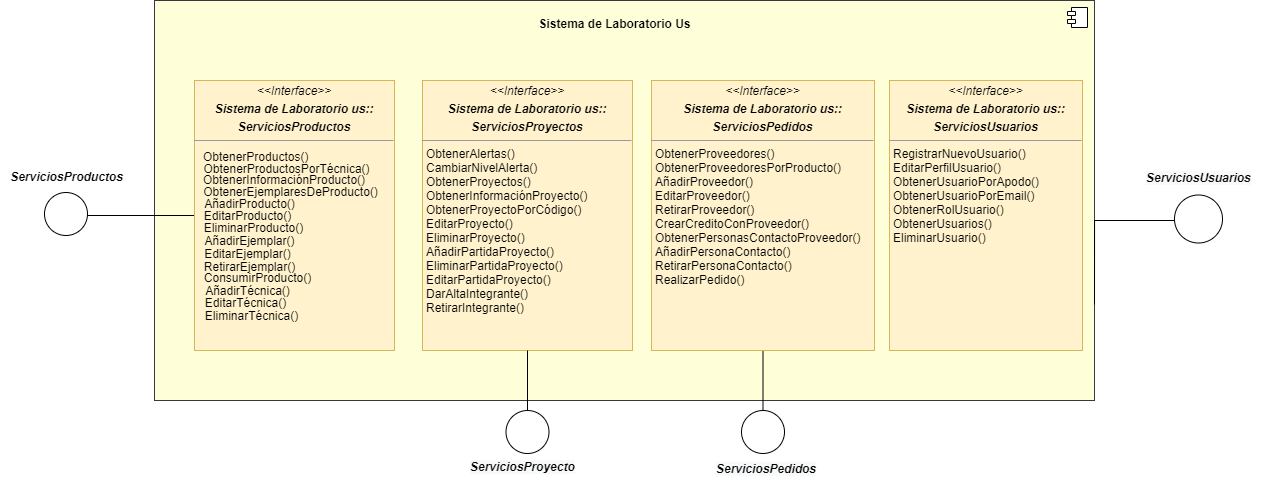
Above: Documento 2/6. Interfaz de servicios del sistema/6.1 Diagramas de la interfaz de servicios del sistema/DiagramaInterfazServiciosSistema.png in Franbr31/IR-project (draw.io), before the change. Source tidied: cells renumbered, new cells last; positions are measured from the earlier drawing's top-left corner, leaving out a move shared by most shapes.
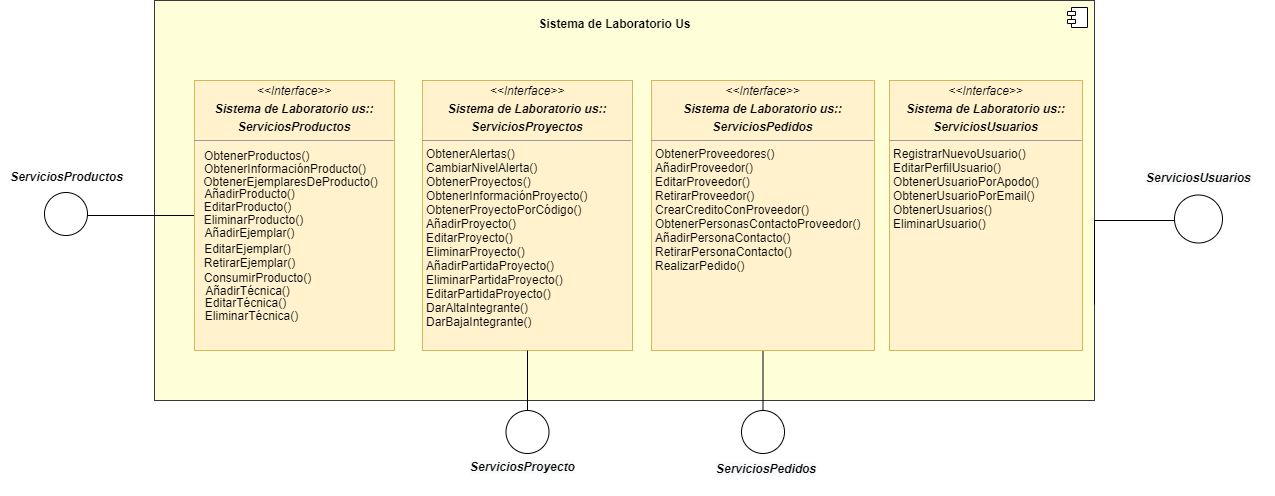
Above is the later version.

Commit message:
6.1 Diagramas Interfaz Servicios v2

What changed in the source:
```diff
@@ -21,7 +21,7 @@
     <mxCell id="6" value="&lt;p style=&quot;margin: 0px ; margin-top: 4px ; text-align: center&quot;&gt;&lt;i&gt;&amp;lt;&amp;lt;Interface&amp;gt;&amp;gt;&lt;/i&gt;&lt;/p&gt;&lt;p style=&quot;margin: 0px ; margin-top: 4px ; text-align: center&quot;&gt;&lt;b&gt;&lt;i&gt;Sistema de Laboratorio us::&lt;/i&gt;&lt;/b&gt;&lt;/p&gt;&lt;p style=&quot;margin: 0px ; margin-top: 4px ; text-align: center&quot;&gt;&lt;b&gt;&lt;i&gt;ServiciosProductos&lt;/i&gt;&lt;/b&gt;&lt;/p&gt;&lt;hr size=&quot;1&quot;&gt;&lt;p style=&quot;margin: 0px ; margin-left: 4px&quot;&gt;&lt;/p&gt;&lt;p style=&quot;margin: 0px ; margin-left: 4px&quot;&gt;&lt;br&gt;&lt;/p&gt;" style="verticalAlign=top;align=left;overflow=fill;fontSize=12;fontFamily=Helvetica;html=1;fillColor=#fff2cc;strokeColor=#d6b656;" parent="1" vertex="1">
       <mxGeometry x="194" y="80" width="200" height="270" as="geometry" />
     </mxCell>
-    <mxCell id="7" value="&lt;p style=&quot;margin: 0px ; margin-top: 4px ; text-align: center&quot;&gt;&lt;i&gt;&amp;lt;&amp;lt;Interface&amp;gt;&amp;gt;&lt;/i&gt;&lt;br&gt;&lt;/p&gt;&lt;p style=&quot;margin: 4px 0px 0px ; text-align: center&quot;&gt;&lt;b&gt;&lt;i&gt;Sistema de Laboratorio us::&lt;/i&gt;&lt;/b&gt;&lt;/p&gt;&lt;p style=&quot;margin: 4px 0px 0px ; text-align: center&quot;&gt;&lt;b&gt;&lt;i&gt;ServiciosProyectos&lt;/i&gt;&lt;/b&gt;&lt;/p&gt;&lt;hr size=&quot;1&quot;&gt;&lt;p style=&quot;margin: 0px ; margin-left: 4px&quot;&gt;ObtenerAlertas()&lt;br&gt;CambiarNivelAlerta()&lt;/p&gt;&lt;p style=&quot;margin: 0px ; margin-left: 4px&quot;&gt;ObtenerProyectos()&lt;/p&gt;&lt;p style=&quot;margin: 0px ; margin-left: 4px&quot;&gt;ObtenerInformaciónProyecto()&lt;/p&gt;&lt;p style=&quot;margin: 0px ; margin-left: 4px&quot;&gt;ObtenerProyectoPorCódigo()&lt;/p&gt;&lt;p style=&quot;margin: 0px ; margin-left: 4px&quot;&gt;EditarProyecto()&lt;/p&gt;&lt;p style=&quot;margin: 0px ; margin-left: 4px&quot;&gt;EliminarProyecto()&lt;/p&gt;&lt;p style=&quot;margin: 0px ; margin-left: 4px&quot;&gt;AñadirPartidaProyecto()&lt;/p&gt;&lt;p style=&quot;margin: 0px ; margin-left: 4px&quot;&gt;EliminarPartidaProyecto()&lt;/p&gt;&lt;p style=&quot;margin: 0px ; margin-left: 4px&quot;&gt;EditarPartidaProyecto()&lt;/p&gt;&lt;p style=&quot;margin: 0px ; margin-left: 4px&quot;&gt;DarAltaIntegrante()&lt;/p&gt;&lt;p style=&quot;margin: 0px ; margin-left: 4px&quot;&gt;RetirarIntegrante()&lt;/p&gt;" style="verticalAlign=top;align=left;overflow=fill;fontSize=12;fontFamily=Helvetica;html=1;fillColor=#fff2cc;strokeColor=#d6b656;" parent="1" vertex="1">
+    <mxCell id="7" value="&lt;p style=&quot;margin: 0px ; margin-top: 4px ; text-align: center&quot;&gt;&lt;i&gt;&amp;lt;&amp;lt;Interface&amp;gt;&amp;gt;&lt;/i&gt;&lt;br&gt;&lt;/p&gt;&lt;p style=&quot;margin: 4px 0px 0px ; text-align: center&quot;&gt;&lt;b&gt;&lt;i&gt;Sistema de Laboratorio us::&lt;/i&gt;&lt;/b&gt;&lt;/p&gt;&lt;p style=&quot;margin: 4px 0px 0px ; text-align: center&quot;&gt;&lt;b&gt;&lt;i&gt;ServiciosProyectos&lt;/i&gt;&lt;/b&gt;&lt;/p&gt;&lt;hr size=&quot;1&quot;&gt;&lt;p style=&quot;margin: 0px ; margin-left: 4px&quot;&gt;ObtenerAlertas()&lt;br&gt;CambiarNivelAlerta()&lt;/p&gt;&lt;p style=&quot;margin: 0px ; margin-left: 4px&quot;&gt;ObtenerProyectos()&lt;/p&gt;&lt;p style=&quot;margin: 0px ; margin-left: 4px&quot;&gt;ObtenerInformaciónProyecto()&lt;/p&gt;&lt;p style=&quot;margin: 0px ; margin-left: 4px&quot;&gt;ObtenerProyectoPorCódigo()&lt;/p&gt;&lt;p style=&quot;margin: 0px ; margin-left: 4px&quot;&gt;AñadirProyecto()&lt;/p&gt;&lt;p style=&quot;margin: 0px ; margin-left: 4px&quot;&gt;EditarProyecto()&lt;/p&gt;&lt;p style=&quot;margin: 0px ; margin-left: 4px&quot;&gt;EliminarProyecto()&lt;/p&gt;&lt;p style=&quot;margin: 0px ; margin-left: 4px&quot;&gt;AñadirPartidaProyecto()&lt;/p&gt;&lt;p style=&quot;margin: 0px ; margin-left: 4px&quot;&gt;EliminarPartidaProyecto()&lt;/p&gt;&lt;p style=&quot;margin: 0px ; margin-left: 4px&quot;&gt;EditarPartidaProyecto()&lt;/p&gt;&lt;p style=&quot;margin: 0px ; margin-left: 4px&quot;&gt;DarAltaIntegrante()&lt;/p&gt;&lt;p style=&quot;margin: 0px ; margin-left: 4px&quot;&gt;DarBajaIntegrante()&lt;/p&gt;" style="verticalAlign=top;align=left;overflow=fill;fontSize=12;fontFamily=Helvetica;html=1;fillColor=#fff2cc;strokeColor=#d6b656;" parent="1" vertex="1">
       <mxGeometry x="422" y="80" width="210" height="270" as="geometry" />
     </mxCell>
     <mxCell id="8" style="edgeStyle=orthogonalEdgeStyle;rounded=0;jettySize=auto;html=1;endArrow=none;endFill=0;entryX=0.5;entryY=0;entryDx=0;entryDy=0;" parent="1" edge="1" source="9">
@@ -29,7 +29,7 @@
         <mxPoint x="762.5" y="420" as="targetPoint" />
       </mxGeometry>
     </mxCell>
-    <mxCell id="9" value="&lt;p style=&quot;margin: 0px ; margin-top: 4px ; text-align: center&quot;&gt;&lt;i&gt;&amp;lt;&amp;lt;Interface&amp;gt;&amp;gt;&lt;/i&gt;&lt;/p&gt;&lt;p style=&quot;margin: 0px ; margin-top: 4px ; text-align: center&quot;&gt;&lt;b&gt;&lt;i&gt;Sistema de Laboratorio us::&lt;/i&gt;&lt;/b&gt;&lt;br&gt;&lt;/p&gt;&lt;p style=&quot;margin: 4px 0px 0px ; text-align: center&quot;&gt;&lt;b&gt;&lt;i&gt;ServiciosPedidos&lt;/i&gt;&lt;/b&gt;&lt;/p&gt;&lt;hr size=&quot;1&quot;&gt;&lt;p style=&quot;margin: 0px ; margin-left: 4px&quot;&gt;ObtenerProveedores()&lt;/p&gt;&lt;p style=&quot;margin: 0px ; margin-left: 4px&quot;&gt;ObtenerProveedoresPorProducto()&lt;/p&gt;&lt;p style=&quot;margin: 0px ; margin-left: 4px&quot;&gt;AñadirProveedor()&lt;/p&gt;&lt;p style=&quot;margin: 0px ; margin-left: 4px&quot;&gt;EditarProveedor()&lt;/p&gt;&lt;p style=&quot;margin: 0px ; margin-left: 4px&quot;&gt;RetirarProveedor()&lt;/p&gt;&lt;p style=&quot;margin: 0px ; margin-left: 4px&quot;&gt;CrearCreditoConProveedor()&lt;/p&gt;&lt;p style=&quot;margin: 0px ; margin-left: 4px&quot;&gt;ObtenerPersonasContactoProveedor()&lt;/p&gt;&lt;p style=&quot;margin: 0px ; margin-left: 4px&quot;&gt;AñadirPersonaContacto()&lt;/p&gt;&lt;p style=&quot;margin: 0px ; margin-left: 4px&quot;&gt;RetirarPersonaContacto()&lt;/p&gt;&lt;p style=&quot;margin: 0px ; margin-left: 4px&quot;&gt;RealizarPedido()&lt;/p&gt;&lt;p style=&quot;margin: 0px ; margin-left: 4px&quot;&gt;&lt;br&gt;&lt;/p&gt;" style="verticalAlign=top;align=left;overflow=fill;fontSize=12;fontFamily=Helvetica;html=1;fillColor=#fff2cc;strokeColor=#d6b656;" parent="1" vertex="1">
+    <mxCell id="9" value="&lt;p style=&quot;margin: 0px ; margin-top: 4px ; text-align: center&quot;&gt;&lt;i&gt;&amp;lt;&amp;lt;Interface&amp;gt;&amp;gt;&lt;/i&gt;&lt;/p&gt;&lt;p style=&quot;margin: 0px ; margin-top: 4px ; text-align: center&quot;&gt;&lt;b&gt;&lt;i&gt;Sistema de Laboratorio us::&lt;/i&gt;&lt;/b&gt;&lt;br&gt;&lt;/p&gt;&lt;p style=&quot;margin: 4px 0px 0px ; text-align: center&quot;&gt;&lt;b&gt;&lt;i&gt;ServiciosPedidos&lt;/i&gt;&lt;/b&gt;&lt;/p&gt;&lt;hr size=&quot;1&quot;&gt;&lt;p style=&quot;margin: 0px ; margin-left: 4px&quot;&gt;ObtenerProveedores()&lt;/p&gt;&lt;p style=&quot;margin: 0px ; margin-left: 4px&quot;&gt;AñadirProveedor()&lt;/p&gt;&lt;p style=&quot;margin: 0px ; margin-left: 4px&quot;&gt;EditarProveedor()&lt;/p&gt;&lt;p style=&quot;margin: 0px ; margin-left: 4px&quot;&gt;RetirarProveedor()&lt;/p&gt;&lt;p style=&quot;margin: 0px ; margin-left: 4px&quot;&gt;CrearCreditoConProveedor()&lt;/p&gt;&lt;p style=&quot;margin: 0px ; margin-left: 4px&quot;&gt;ObtenerPersonasContactoProveedor()&lt;/p&gt;&lt;p style=&quot;margin: 0px ; margin-left: 4px&quot;&gt;AñadirPersonaContacto()&lt;/p&gt;&lt;p style=&quot;margin: 0px ; margin-left: 4px&quot;&gt;RetirarPersonaContacto()&lt;/p&gt;&lt;p style=&quot;margin: 0px ; margin-left: 4px&quot;&gt;RealizarPedido()&lt;/p&gt;&lt;p style=&quot;margin: 0px ; margin-left: 4px&quot;&gt;&lt;br&gt;&lt;/p&gt;" style="verticalAlign=top;align=left;overflow=fill;fontSize=12;fontFamily=Helvetica;html=1;fillColor=#fff2cc;strokeColor=#d6b656;" parent="1" vertex="1">
       <mxGeometry x="651" y="80" width="223" height="270" as="geometry" />
     </mxCell>
     <mxCell id="10" style="edgeStyle=orthogonalEdgeStyle;rounded=0;orthogonalLoop=1;jettySize=auto;html=1;endArrow=none;endFill=0;entryX=0;entryY=0.5;entryDx=0;entryDy=0;" parent="1" edge="1">
@@ -42,38 +42,35 @@
         </Array>
       </mxGeometry>
     </mxCell>
-    <mxCell id="11" value="&lt;p style=&quot;margin: 0px ; margin-top: 4px ; text-align: center&quot;&gt;&lt;i&gt;&amp;lt;&amp;lt;Interface&amp;gt;&amp;gt;&lt;/i&gt;&lt;br&gt;&lt;/p&gt;&lt;p style=&quot;margin: 4px 0px 0px ; text-align: center&quot;&gt;&lt;b&gt;&lt;i&gt;Sistema de Laboratorio us::&lt;/i&gt;&lt;/b&gt;&lt;br&gt;&lt;/p&gt;&lt;p style=&quot;margin: 4px 0px 0px ; text-align: center&quot;&gt;&lt;b&gt;&lt;i&gt;ServiciosUsuarios&lt;/i&gt;&lt;/b&gt;&lt;/p&gt;&lt;hr size=&quot;1&quot;&gt;&lt;p style=&quot;margin: 0px ; margin-left: 4px&quot;&gt;RegistrarNuevoUsuario()&lt;/p&gt;&lt;p style=&quot;margin: 0px ; margin-left: 4px&quot;&gt;EditarPerfilUsuario()&lt;/p&gt;&lt;p style=&quot;margin: 0px ; margin-left: 4px&quot;&gt;ObtenerUsuarioPorApodo()&lt;/p&gt;&lt;p style=&quot;margin: 0px ; margin-left: 4px&quot;&gt;ObtenerUsuarioPorEmail()&lt;/p&gt;&lt;p style=&quot;margin: 0px ; margin-left: 4px&quot;&gt;ObtenerRolUsuario()&lt;/p&gt;&lt;p style=&quot;margin: 0px ; margin-left: 4px&quot;&gt;ObtenerUsuarios()&lt;/p&gt;&lt;p style=&quot;margin: 0px ; margin-left: 4px&quot;&gt;EliminarUsuario()&lt;/p&gt;&lt;p style=&quot;margin: 0px ; margin-left: 4px&quot;&gt;&lt;br&gt;&lt;/p&gt;" style="verticalAlign=top;align=left;overflow=fill;fontSize=12;fontFamily=Helvetica;html=1;fillColor=#fff2cc;strokeColor=#d6b656;" parent="1" vertex="1">
+    <mxCell id="11" value="&lt;p style=&quot;margin: 0px ; margin-top: 4px ; text-align: center&quot;&gt;&lt;i&gt;&amp;lt;&amp;lt;Interface&amp;gt;&amp;gt;&lt;/i&gt;&lt;br&gt;&lt;/p&gt;&lt;p style=&quot;margin: 4px 0px 0px ; text-align: center&quot;&gt;&lt;b&gt;&lt;i&gt;Sistema de Laboratorio us::&lt;/i&gt;&lt;/b&gt;&lt;br&gt;&lt;/p&gt;&lt;p style=&quot;margin: 4px 0px 0px ; text-align: center&quot;&gt;&lt;b&gt;&lt;i&gt;ServiciosUsuarios&lt;/i&gt;&lt;/b&gt;&lt;/p&gt;&lt;hr size=&quot;1&quot;&gt;&lt;p style=&quot;margin: 0px ; margin-left: 4px&quot;&gt;RegistrarNuevoUsuario()&lt;/p&gt;&lt;p style=&quot;margin: 0px ; margin-left: 4px&quot;&gt;EditarPerfilUsuario()&lt;/p&gt;&lt;p style=&quot;margin: 0px ; margin-left: 4px&quot;&gt;ObtenerUsuarioPorApodo()&lt;/p&gt;&lt;p style=&quot;margin: 0px ; margin-left: 4px&quot;&gt;ObtenerUsuarioPorEmail()&lt;/p&gt;&lt;p style=&quot;margin: 0px ; margin-left: 4px&quot;&gt;ObtenerUsuarios()&lt;/p&gt;&lt;p style=&quot;margin: 0px ; margin-left: 4px&quot;&gt;EliminarUsuario()&lt;/p&gt;&lt;p style=&quot;margin: 0px ; margin-left: 4px&quot;&gt;&lt;br&gt;&lt;/p&gt;" style="verticalAlign=top;align=left;overflow=fill;fontSize=12;fontFamily=Helvetica;html=1;fillColor=#fff2cc;strokeColor=#d6b656;" parent="1" vertex="1">
       <mxGeometry x="889" y="80" width="193" height="270" as="geometry" />
     </mxCell>
-    <mxCell id="12" value="ObtenerProductosPorTécnica()" style="text;html=1;align=center;verticalAlign=middle;" parent="1" vertex="1">
-      <mxGeometry x="196" y="158" width="180" height="20" as="geometry" />
-    </mxCell>
     <mxCell id="13" value="ObtenerInformaciónProducto()" style="text;strokeColor=none;fillColor=none;align=left;verticalAlign=top;spacingLeft=4;spacingRight=4;overflow=hidden;" parent="1" vertex="1">
-      <mxGeometry x="197" y="166" width="186" height="26" as="geometry" />
+      <mxGeometry x="198" y="155" width="186" height="26" as="geometry" />
     </mxCell>
     <mxCell id="14" value="ObtenerProductos()" style="text;strokeColor=none;fillColor=none;align=left;verticalAlign=top;spacingLeft=4;spacingRight=4;overflow=hidden;" parent="1" vertex="1">
-      <mxGeometry x="197" y="143" width="160" height="26" as="geometry" />
+      <mxGeometry x="198" y="142" width="160" height="26" as="geometry" />
     </mxCell>
     <mxCell id="15" value="ObtenerEjemplaresDeProducto()" style="text;html=1;align=center;verticalAlign=middle;" parent="1" vertex="1">
-      <mxGeometry x="195" y="181" width="190" height="20" as="geometry" />
+      <mxGeometry x="195" y="171" width="190" height="20" as="geometry" />
     </mxCell>
     <mxCell id="16" value="AñadirProducto()" style="text;html=1;align=center;verticalAlign=middle;" parent="1" vertex="1">
-      <mxGeometry x="194" y="193" width="110" height="20" as="geometry" />
+      <mxGeometry x="194" y="183" width="110" height="20" as="geometry" />
     </mxCell>
     <mxCell id="17" value="AñadirEjemplar()" style="text;html=1;align=center;verticalAlign=middle;" parent="1" vertex="1">
-      <mxGeometry x="194" y="230" width="110" height="20" as="geometry" />
+      <mxGeometry x="194" y="222" width="110" height="20" as="geometry" />
     </mxCell>
     <mxCell id="18" value="EditarEjemplar()" style="text;html=1;align=center;verticalAlign=middle;" parent="1" vertex="1">
-      <mxGeometry x="197" y="242.5" width="100" height="20" as="geometry" />
+      <mxGeometry x="197" y="237.5" width="100" height="20" as="geometry" />
     </mxCell>
     <mxCell id="19" value="RetirarEjemplar()" style="text;html=1;align=center;verticalAlign=middle;" parent="1" vertex="1">
-      <mxGeometry x="194" y="255.5" width="110" height="20" as="geometry" />
+      <mxGeometry x="194" y="251.5" width="110" height="20" as="geometry" />
     </mxCell>
     <mxCell id="20" value="EditarProducto()" style="text;html=1;align=center;verticalAlign=middle;" parent="1" vertex="1">
-      <mxGeometry x="197" y="205" width="100" height="20" as="geometry" />
+      <mxGeometry x="197" y="196" width="100" height="20" as="geometry" />
     </mxCell>
     <mxCell id="21" value="EliminarProducto()" style="text;html=1;align=center;verticalAlign=middle;" parent="1" vertex="1">
-      <mxGeometry x="198" y="216.5" width="110" height="20" as="geometry" />
+      <mxGeometry x="198" y="208.5" width="110" height="20" as="geometry" />
     </mxCell>
     <mxCell id="22" value="ConsumirProducto()" style="text;html=1;align=center;verticalAlign=middle;" parent="1" vertex="1">
       <mxGeometry x="197" y="266.5" width="120" height="20" as="geometry" />
```
